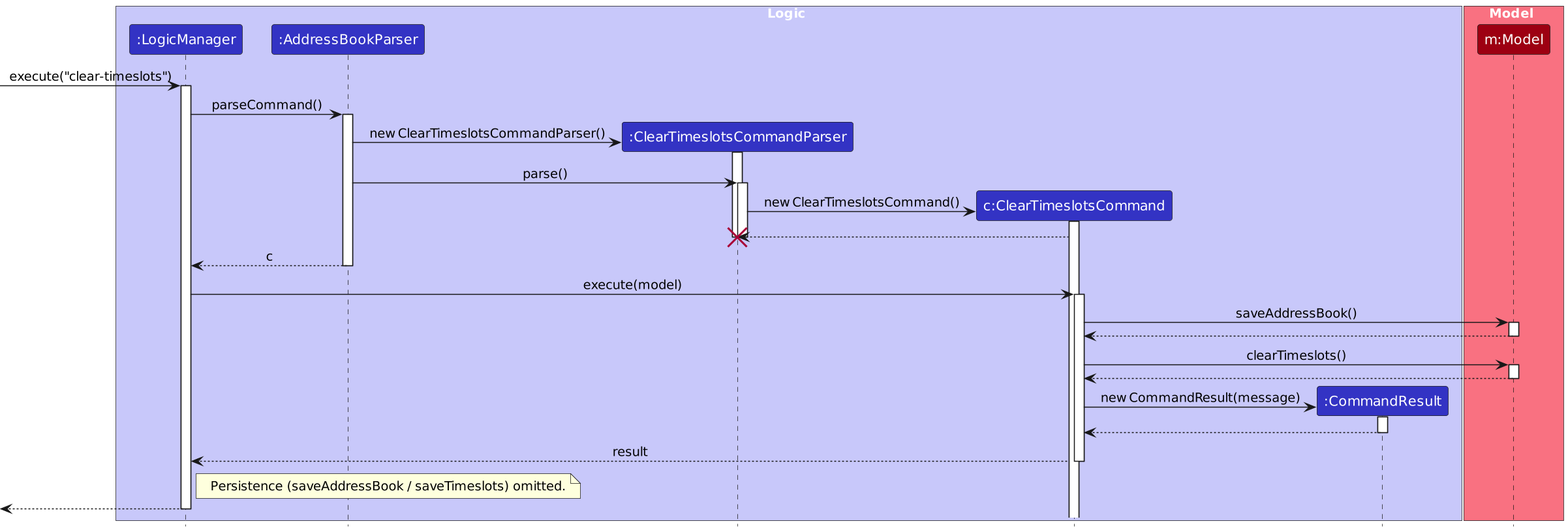
Above: diagrams/Timeslots/ClearTimeslotsSequenceDiagram.png in AY2526S1-CS2103T-T09-3/tp (PlantUML), before the change. Its source is kept beside it as diagrams/Timeslots/ClearTimeslotsSequenceDiagram.puml. Source of this version:
```plantuml
@startuml
!include ../style.puml
skinparam ArrowFontStyle plain

box Logic LOGIC_COLOR_T1
participant ":LogicManager" as LogicManager LOGIC_COLOR
participant ":AddressBookParser" as AddressBookParser LOGIC_COLOR
participant ":ClearTimeslotsCommandParser" as ClearTimeslotsCommandParser LOGIC_COLOR
participant "c:ClearTimeslotsCommand" as ClearTimeslotsCommand LOGIC_COLOR
participant ":CommandResult" as CommandResult LOGIC_COLOR
end box

box Model MODEL_COLOR_T1
participant "m:Model" as Model MODEL_COLOR
end box

[-> LogicManager : execute("clear-timeslots")
activate LogicManager

LogicManager -> AddressBookParser : parseCommand()
activate AddressBookParser

create ClearTimeslotsCommandParser
AddressBookParser -> ClearTimeslotsCommandParser : new ClearTimeslotsCommandParser()
activate ClearTimeslotsCommandParser

AddressBookParser -> ClearTimeslotsCommandParser : parse()
activate ClearTimeslotsCommandParser

create ClearTimeslotsCommand
ClearTimeslotsCommandParser -> ClearTimeslotsCommand : new ClearTimeslotsCommand()
activate ClearTimeslotsCommand

ClearTimeslotsCommand --> ClearTimeslotsCommandParser
deactivate ClearTimeslotsCommandParser
destroy ClearTimeslotsCommandParser

AddressBookParser --> LogicManager : c
deactivate AddressBookParser

LogicManager -> ClearTimeslotsCommand : execute(model)
activate ClearTimeslotsCommand

ClearTimeslotsCommand -> Model : saveAddressBook()
activate Model
Model --> ClearTimeslotsCommand
deactivate Model

ClearTimeslotsCommand -> Model : clearTimeslots()
activate Model
Model --> ClearTimeslotsCommand
deactivate Model

create CommandResult
ClearTimeslotsCommand -> CommandResult : new CommandResult(message)
activate CommandResult
CommandResult --> ClearTimeslotsCommand
deactivate CommandResult

ClearTimeslotsCommand --> LogicManager : result
deactivate ClearTimeslotsCommand

note right of LogicManager : Persistence (saveAddressBook / saveTimeslots) omitted.

[<-- LogicManager
deactivate LogicManager

scale 1.5
@enduml
```
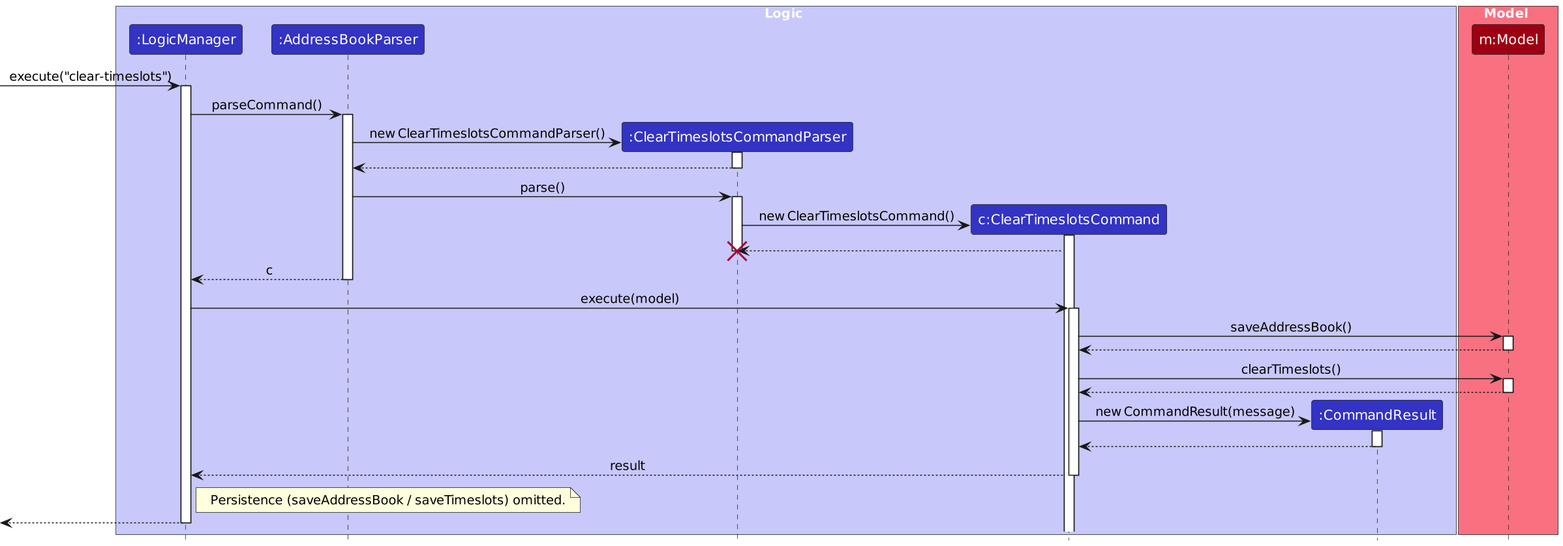
The same diagram one commit later.

Diff of the diagram source:
```diff
@@ -23,6 +23,8 @@
 create ClearTimeslotsCommandParser
 AddressBookParser -> ClearTimeslotsCommandParser : new ClearTimeslotsCommandParser()
 activate ClearTimeslotsCommandParser
+AddressBookParser <-- ClearTimeslotsCommandParser
+deactivate ClearTimeslotsCommandParser
 
 AddressBookParser -> ClearTimeslotsCommandParser : parse()
 activate ClearTimeslotsCommandParser
```
